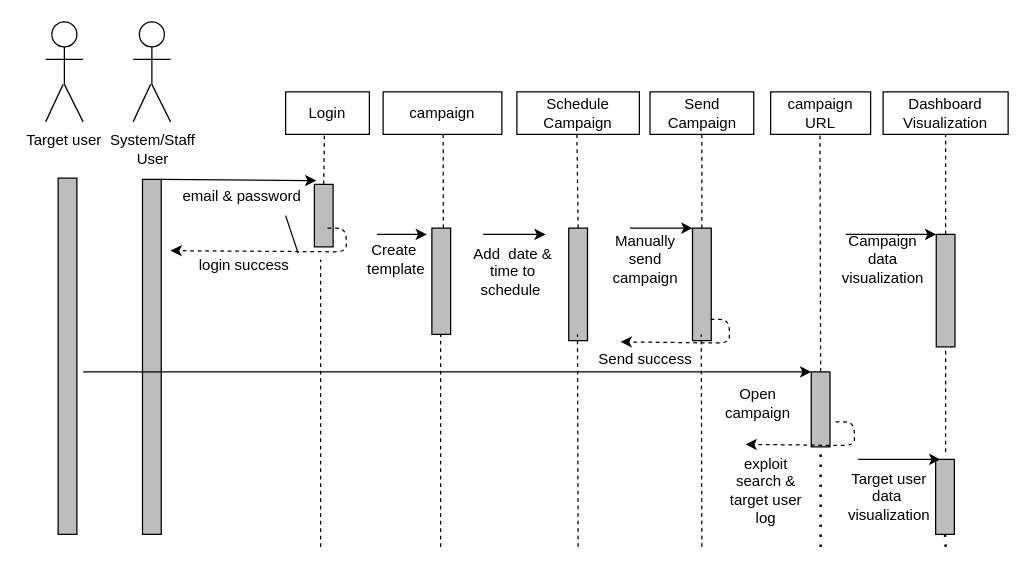
This is isequencediagram.drawio from jonamadk/DrawIO, a draw.io file, before an edit. Source tidied: cells renumbered, new cells numbered last; positions are measured from the earlier drawing's top-left corner, leaving out a move shared by most shapes. Both pictures are drawn from the tidied source at 125%, with x=0, y=0 at pixel (21, 21).
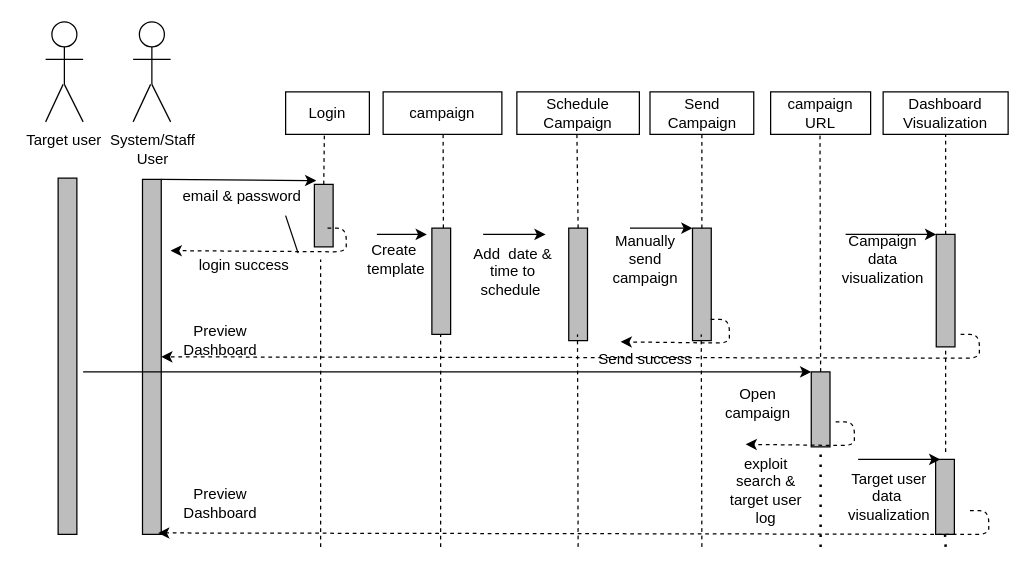
The same page after the edit.

The change refers to these unchanged cells:
```xml
<mxCell id="28" style="rounded=0;whiteSpace=wrap;html=1;fillColor=#BDBDBD;" parent="1" vertex="1">
  <mxGeometry x="96.5" y="126" width="15" height="284" as="geometry" />
</mxCell>
```

What changed in the source:
```diff
@@
+    <mxCell id="66" style="endArrow=classic;html=1;rounded=1;strokeWidth=1;dashed=1;entryX=1;entryY=0.5;entryDx=0;entryDy=0;" parent="1" edge="1" target="28">
+      <mxGeometry x="770" y="350" as="geometry">
+        <mxPoint x="751" y="250" as="sourcePoint" />
+        <Array as="points">
+          <mxPoint x="766" y="250" />
+          <mxPoint x="766" y="269" />
+        </Array>
+      </mxGeometry>
+    </mxCell>
+    <mxCell id="67" style="endArrow=classic;html=1;rounded=1;strokeWidth=1;dashed=1;entryX=0.833;entryY=0.996;entryDx=0;entryDy=0;entryPerimeter=0;" parent="1" edge="1" target="28">
+      <mxGeometry x="777.5" y="491" as="geometry">
+        <mxPoint x="758.5" y="391" as="sourcePoint" />
+        <Array as="points">
+          <mxPoint x="773.5" y="391" />
+          <mxPoint x="773.5" y="410" />
+        </Array>
+      </mxGeometry>
+    </mxCell>
+    <mxCell id="68" value="Preview Dashboard" style="text;html=1;strokeColor=none;fillColor=none;align=center;verticalAlign=middle;whiteSpace=wrap;rounded=0;" parent="1" vertex="1">
+      <mxGeometry x="129" y="240" width="60" height="30" as="geometry" />
+    </mxCell>
+    <mxCell id="69" value="Preview Dashboard" style="text;html=1;strokeColor=none;fillColor=none;align=center;verticalAlign=middle;whiteSpace=wrap;rounded=0;" parent="1" vertex="1">
+      <mxGeometry x="129" y="370" width="60" height="30" as="geometry" />
+    </mxCell>
```
